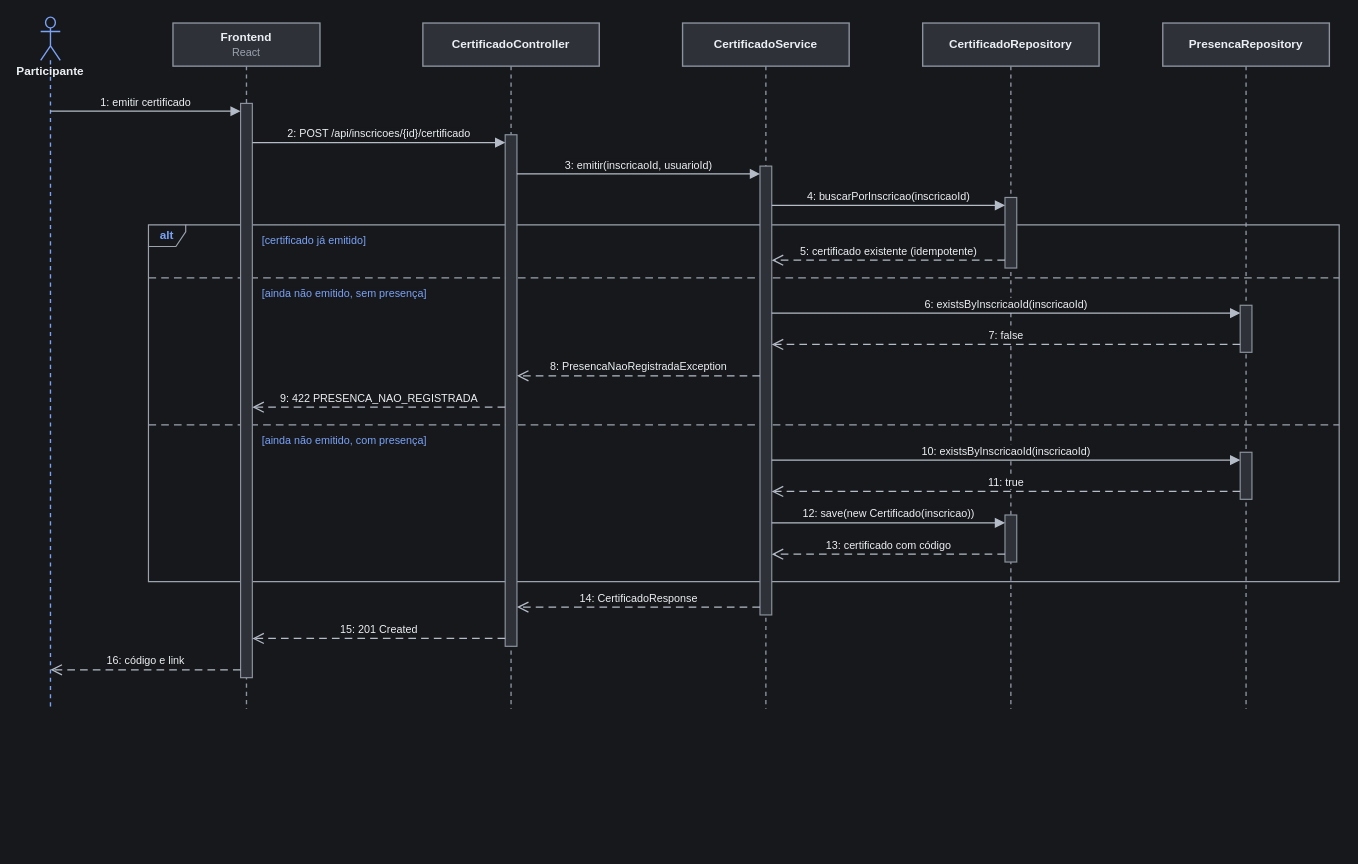
This is page "A.6a Sequência — Emissão do certificado" (9 of 11) of docs/diagramas/v1-grafite/diagramas-v1-grafite.drawio from Jayzmatos22/GerenciadorDeEventos, a draw.io file, before an edit. Source tidied: cells renumbered, new cells numbered last; positions are measured from the earlier drawing's top-left corner, leaving out a move shared by most shapes. Both pictures are drawn from the tidied source at 98%, with x=0, y=0 at pixel (40, 17).
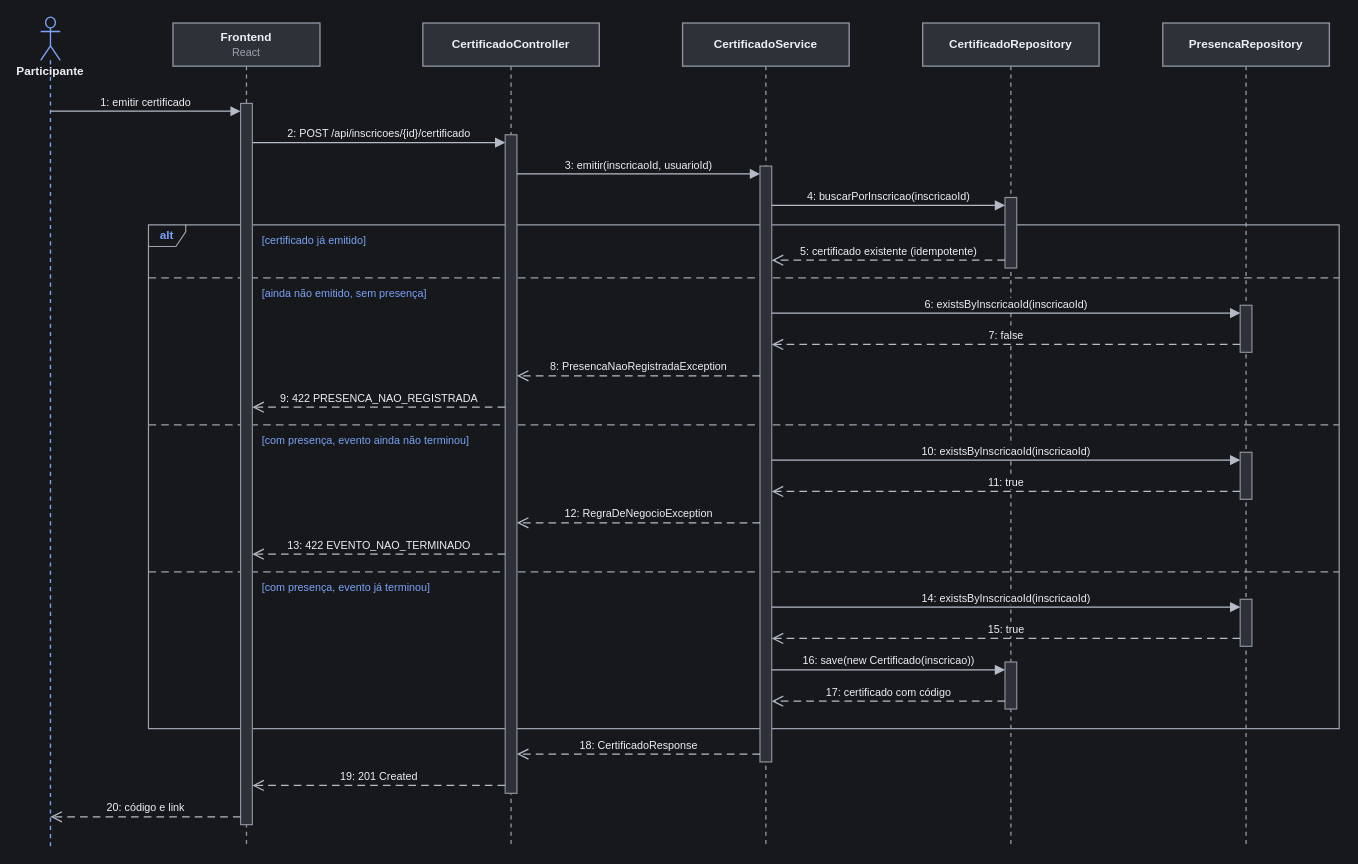
The same page after the edit.

Change to the diagram source:
```diff
@@
     <mxCell id="2" value="Participante" style="html=1;whiteSpace=wrap;fontFamily=Helvetica;fontSize=12;fontColor=#eceff4;strokeWidth=1.4;shape=umlLifeline;participant=umlActor;perimeter=lifelinePerimeter;verticalAlign=top;spacingTop=42;size=44;fillColor=none;strokeColor=#7aa2f7;fontStyle=1;" parent="1" vertex="1">
-      <mxGeometry width="20" height="706" as="geometry" />
+      <mxGeometry width="20" height="846" as="geometry" />
     </mxCell>
     <mxCell id="3" value="&lt;b&gt;Frontend&lt;/b&gt;&lt;br&gt;&lt;span style=&quot;font-size:11px;color:#9aa3ae&quot;&gt;React&lt;/span&gt;" style="html=1;whiteSpace=wrap;fontFamily=Helvetica;fontSize=12;fontColor=#eceff4;strokeWidth=1.4;shape=umlLifeline;perimeter=lifelinePerimeter;size=44;fillColor=#2e3138;strokeColor=#8b939e;" parent="1" vertex="1">
-      <mxGeometry x="135" y="6" width="150" height="700" as="geometry" />
+      <mxGeometry x="135" y="6" width="150" height="840" as="geometry" />
     </mxCell>
     <mxCell id="4" value="&lt;b&gt;CertificadoController&lt;/b&gt;" style="html=1;whiteSpace=wrap;fontFamily=Helvetica;fontSize=12;fontColor=#eceff4;strokeWidth=1.4;shape=umlLifeline;perimeter=lifelinePerimeter;size=44;fillColor=#2e3138;strokeColor=#8b939e;" parent="1" vertex="1">
-      <mxGeometry x="390" y="6" width="180" height="700" as="geometry" />
+      <mxGeometry x="390" y="6" width="180" height="840" as="geometry" />
     </mxCell>
     <mxCell id="5" value="&lt;b&gt;CertificadoService&lt;/b&gt;" style="html=1;whiteSpace=wrap;fontFamily=Helvetica;fontSize=12;fontColor=#eceff4;strokeWidth=1.4;shape=umlLifeline;perimeter=lifelinePerimeter;size=44;fillColor=#2e3138;strokeColor=#8b939e;" parent="1" vertex="1">
-      <mxGeometry x="655" y="6" width="170" height="700" as="geometry" />
+      <mxGeometry x="655" y="6" width="170" height="840" as="geometry" />
     </mxCell>
     <mxCell id="6" value="&lt;b&gt;CertificadoRepository&lt;/b&gt;" style="html=1;whiteSpace=wrap;fontFamily=Helvetica;fontSize=12;fontColor=#eceff4;strokeWidth=1.4;shape=umlLifeline;perimeter=lifelinePerimeter;size=44;fillColor=#2e3138;strokeColor=#8b939e;" parent="1" vertex="1">
-      <mxGeometry x="900" y="6" width="180" height="700" as="geometry" />
+      <mxGeometry x="900" y="6" width="180" height="840" as="geometry" />
     </mxCell>
     <mxCell id="7" value="&lt;b&gt;PresencaRepository&lt;/b&gt;" style="html=1;whiteSpace=wrap;fontFamily=Helvetica;fontSize=12;fontColor=#eceff4;strokeWidth=1.4;shape=umlLifeline;perimeter=lifelinePerimeter;size=44;fillColor=#2e3138;strokeColor=#8b939e;" parent="1" vertex="1">
-      <mxGeometry x="1145" y="6" width="170" height="700" as="geometry" />
+      <mxGeometry x="1145" y="6" width="170" height="840" as="geometry" />
     </mxCell>
     <mxCell id="8" value="alt" style="html=1;whiteSpace=wrap;fontFamily=Helvetica;fontSize=12;fontColor=#eceff4;strokeWidth=1.4;shape=umlFrame;width=38;height=22;fillColor=none;swimlaneFillColor=none;strokeColor=#9aa3ae;fontColor=#7aa2f7;fontStyle=1;strokeWidth=1.2;" parent="1" vertex="1">
-      <mxGeometry x="110" y="212" width="1215" height="364" as="geometry" />
+      <mxGeometry x="110" y="212" width="1215" height="514" as="geometry" />
     </mxCell>
-    <mxCell id="9" style="edgeStyle=none;rounded=0;html=1;fontFamily=Helvetica;fontSize=11;strokeColor=#9aa3ae;fontColor=#eceff4;strokeWidth=1.3;labelBackgroundColor=#17181b;endArrow=none;dashed=1;dashPattern=6 4;" parent="1" edge="1">
-      <mxGeometry relative="1" as="geometry">
-        <mxPoint x="110" y="266" as="sourcePoint" />
-        <mxPoint x="1325" y="266" as="targetPoint" />
-      </mxGeometry>
-    </mxCell>
     <mxCell id="10" style="edgeStyle=none;rounded=0;html=1;fontFamily=Helvetica;fontSize=11;strokeColor=#9aa3ae;fontColor=#eceff4;strokeWidth=1.3;labelBackgroundColor=#17181b;endArrow=none;dashed=1;dashPattern=6 4;" parent="1" edge="1">
       <mxGeometry relative="1" as="geometry">
-        <mxPoint x="110" y="416" as="sourcePoint" />
-        <mxPoint x="1325" y="416" as="targetPoint" />
+        <mxPoint x="110" y="266" as="sourcePoint" />
+        <mxPoint x="1325" y="266" as="targetPoint" />
       </mxGeometry>
     </mxCell>
+    <mxCell id="25" style="edgeStyle=none;rounded=0;html=1;fontFamily=Helvetica;fontSize=11;strokeColor=#9aa3ae;fontColor=#eceff4;strokeWidth=1.3;labelBackgroundColor=#17181b;endArrow=none;dashed=1;dashPattern=6 4;" parent="1" edge="1">
+      <mxGeometry relative="1" as="geometry">
+        <mxPoint x="110" y="416" as="sourcePoint" />
+        <mxPoint x="1325" y="416" as="targetPoint" />
+      </mxGeometry>
+    </mxCell>
+    <mxCell id="26" style="edgeStyle=none;rounded=0;html=1;fontFamily=Helvetica;fontSize=11;strokeColor=#9aa3ae;fontColor=#eceff4;strokeWidth=1.3;labelBackgroundColor=#17181b;endArrow=none;dashed=1;dashPattern=6 4;" parent="1" edge="1">
+      <mxGeometry relative="1" as="geometry">
+        <mxPoint x="110" y="566" as="sourcePoint" />
+        <mxPoint x="1325" y="566" as="targetPoint" />
+      </mxGeometry>
+    </mxCell>
     <mxCell id="11" style="html=1;whiteSpace=wrap;fontFamily=Helvetica;fontSize=12;fontColor=#eceff4;strokeWidth=1.4;perimeter=orthogonalPerimeter;targetShapes=umlLifeline;fillColor=#2e3138;strokeColor=#8b939e;strokeWidth=1.2;" parent="1" vertex="1">
-      <mxGeometry x="204" y="88" width="12" height="586" as="geometry" />
+      <mxGeometry x="204" y="88" width="12" height="736" as="geometry" />
     </mxCell>
     <mxCell id="12" style="html=1;whiteSpace=wrap;fontFamily=Helvetica;fontSize=12;fontColor=#eceff4;strokeWidth=1.4;perimeter=orthogonalPerimeter;targetShapes=umlLifeline;fillColor=#2e3138;strokeColor=#8b939e;strokeWidth=1.2;" parent="1" vertex="1">
-      <mxGeometry x="474" y="120" width="12" height="522" as="geometry" />
+      <mxGeometry x="474" y="120" width="12" height="672" as="geometry" />
     </mxCell>
     <mxCell id="13" style="html=1;whiteSpace=wrap;fontFamily=Helvetica;fontSize=12;fontColor=#eceff4;strokeWidth=1.4;perimeter=orthogonalPerimeter;targetShapes=umlLifeline;fillColor=#2e3138;strokeColor=#8b939e;strokeWidth=1.2;" parent="1" vertex="1">
-      <mxGeometry x="734" y="152" width="12" height="458" as="geometry" />
+      <mxGeometry x="734" y="152" width="12" height="608" as="geometry" />
     </mxCell>
@@
     <mxCell id="15" style="html=1;whiteSpace=wrap;fontFamily=Helvetica;fontSize=12;fontColor=#eceff4;strokeWidth=1.4;perimeter=orthogonalPerimeter;targetShapes=umlLifeline;fillColor=#2e3138;strokeColor=#8b939e;strokeWidth=1.2;" parent="1" vertex="1">
-      <mxGeometry x="984" y="508" width="12" height="48" as="geometry" />
+      <mxGeometry x="984" y="658" width="12" height="48" as="geometry" />
     </mxCell>
@@
+    <mxCell id="37" style="html=1;whiteSpace=wrap;fontFamily=Helvetica;fontSize=12;fontColor=#eceff4;strokeWidth=1.4;perimeter=orthogonalPerimeter;targetShapes=umlLifeline;fillColor=#2e3138;strokeColor=#8b939e;strokeWidth=1.2;" parent="1" vertex="1">
+      <mxGeometry x="1224" y="594" width="12" height="48" as="geometry" />
+    </mxCell>
@@
-    <mxCell id="24" value="[ainda não emitido, com presença]" style="html=1;whiteSpace=wrap;fontFamily=Helvetica;fontSize=12;fontColor=#eceff4;strokeWidth=1.4;text;strokeColor=none;fillColor=none;align=left;verticalAlign=top;fontColor=#7aa2f7;fontSize=11;labelBackgroundColor=#17181b;" parent="1" vertex="1">
-      <mxGeometry x="224" y="419" width="192" height="18" as="geometry" />
+    <mxCell id="24" value="[com presença, evento ainda não terminou]" style="html=1;whiteSpace=wrap;fontFamily=Helvetica;fontSize=12;fontColor=#eceff4;strokeWidth=1.4;text;strokeColor=none;fillColor=none;align=left;verticalAlign=top;fontColor=#7aa2f7;fontSize=11;labelBackgroundColor=#17181b;" parent="1" vertex="1">
+      <mxGeometry x="224" y="419" width="241" height="18" as="geometry" />
     </mxCell>
-    <mxCell id="25" value="5: certificado existente (idempotente)" style="edgeStyle=none;rounded=0;html=1;fontFamily=Helvetica;fontSize=11;strokeColor=#b4bcc8;fontColor=#eceff4;strokeWidth=1.3;labelBackgroundColor=#17181b;endArrow=open;endFill=0;endSize=9;dashed=1;dashPattern=6 4;verticalAlign=bottom;" parent="1" edge="1">
-      <mxGeometry relative="1" as="geometry">
-        <mxPoint x="984" y="248" as="sourcePoint" />
-        <mxPoint x="746" y="248" as="targetPoint" />
-      </mxGeometry>
-    </mxCell>
-    <mxCell id="26" value="6: existsByInscricaoId(inscricaoId)" style="edgeStyle=none;rounded=0;html=1;fontFamily=Helvetica;fontSize=11;strokeColor=#b4bcc8;fontColor=#eceff4;strokeWidth=1.3;labelBackgroundColor=#17181b;endArrow=block;endFill=1;endSize=7;verticalAlign=bottom;" parent="1" edge="1">
-      <mxGeometry relative="1" as="geometry">
-        <mxPoint x="746" y="302" as="sourcePoint" />
-        <mxPoint x="1224" y="302" as="targetPoint" />
-      </mxGeometry>
-    </mxCell>
+    <mxCell id="38" value="[com presença, evento já terminou]" style="html=1;whiteSpace=wrap;fontFamily=Helvetica;fontSize=12;fontColor=#eceff4;strokeWidth=1.4;text;strokeColor=none;fillColor=none;align=left;verticalAlign=top;fontColor=#7aa2f7;fontSize=11;labelBackgroundColor=#17181b;" parent="1" vertex="1">
+      <mxGeometry x="224" y="569" width="201" height="18" as="geometry" />
+    </mxCell>
-    <mxCell id="27" value="7: false" style="edgeStyle=none;rounded=0;html=1;fontFamily=Helvetica;fontSize=11;strokeColor=#b4bcc8;fontColor=#eceff4;strokeWidth=1.3;labelBackgroundColor=#17181b;endArrow=open;endFill=0;endSize=9;dashed=1;dashPattern=6 4;verticalAlign=bottom;" parent="1" edge="1">
+    <mxCell id="27" value="5: certificado existente (idempotente)" style="edgeStyle=none;rounded=0;html=1;fontFamily=Helvetica;fontSize=11;strokeColor=#b4bcc8;fontColor=#eceff4;strokeWidth=1.3;labelBackgroundColor=#17181b;endArrow=open;endFill=0;endSize=9;dashed=1;dashPattern=6 4;verticalAlign=bottom;" parent="1" edge="1">
       <mxGeometry relative="1" as="geometry">
-        <mxPoint x="1224" y="334" as="sourcePoint" />
-        <mxPoint x="746" y="334" as="targetPoint" />
+        <mxPoint x="984" y="248" as="sourcePoint" />
+        <mxPoint x="746" y="248" as="targetPoint" />
       </mxGeometry>
     </mxCell>
-    <mxCell id="28" value="8: PresencaNaoRegistradaException" style="edgeStyle=none;rounded=0;html=1;fontFamily=Helvetica;fontSize=11;strokeColor=#b4bcc8;fontColor=#eceff4;strokeWidth=1.3;labelBackgroundColor=#17181b;endArrow=open;endFill=0;endSize=9;dashed=1;dashPattern=6 4;verticalAlign=bottom;" parent="1" edge="1">
+    <mxCell id="28" value="6: existsByInscricaoId(inscricaoId)" style="edgeStyle=none;rounded=0;html=1;fontFamily=Helvetica;fontSize=11;strokeColor=#b4bcc8;fontColor=#eceff4;strokeWidth=1.3;labelBackgroundColor=#17181b;endArrow=block;endFill=1;endSize=7;verticalAlign=bottom;" parent="1" edge="1">
       <mxGeometry relative="1" as="geometry">
-        <mxPoint x="734" y="366" as="sourcePoint" />
-        <mxPoint x="486" y="366" as="targetPoint" />
+        <mxPoint x="746" y="302" as="sourcePoint" />
+        <mxPoint x="1224" y="302" as="targetPoint" />
       </mxGeometry>
     </mxCell>
-    <mxCell id="29" value="9: 422 PRESENCA_NAO_REGISTRADA" style="edgeStyle=none;rounded=0;html=1;fontFamily=Helvetica;fontSize=11;strokeColor=#b4bcc8;fontColor=#eceff4;strokeWidth=1.3;labelBackgroundColor=#17181b;endArrow=open;endFill=0;endSize=9;dashed=1;dashPattern=6 4;verticalAlign=bottom;" parent="1" edge="1">
+    <mxCell id="29" value="7: false" style="edgeStyle=none;rounded=0;html=1;fontFamily=Helvetica;fontSize=11;strokeColor=#b4bcc8;fontColor=#eceff4;strokeWidth=1.3;labelBackgroundColor=#17181b;endArrow=open;endFill=0;endSize=9;dashed=1;dashPattern=6 4;verticalAlign=bottom;" parent="1" edge="1">
       <mxGeometry relative="1" as="geometry">
-        <mxPoint x="474" y="398" as="sourcePoint" />
-        <mxPoint x="216" y="398" as="targetPoint" />
+        <mxPoint x="1224" y="334" as="sourcePoint" />
+        <mxPoint x="746" y="334" as="targetPoint" />
       </mxGeometry>
     </mxCell>
-    <mxCell id="30" value="10: existsByInscricaoId(inscricaoId)" style="edgeStyle=none;rounded=0;html=1;fontFamily=Helvetica;fontSize=11;strokeColor=#b4bcc8;fontColor=#eceff4;strokeWidth=1.3;labelBackgroundColor=#17181b;endArrow=block;endFill=1;endSize=7;verticalAlign=bottom;" parent="1" edge="1">
+    <mxCell id="30" value="8: PresencaNaoRegistradaException" style="edgeStyle=none;rounded=0;html=1;fontFamily=Helvetica;fontSize=11;strokeColor=#b4bcc8;fontColor=#eceff4;strokeWidth=1.3;labelBackgroundColor=#17181b;endArrow=open;endFill=0;endSize=9;dashed=1;dashPattern=6 4;verticalAlign=bottom;" parent="1" edge="1">
       <mxGeometry relative="1" as="geometry">
-        <mxPoint x="746" y="452" as="sourcePoint" />
-        <mxPoint x="1224" y="452" as="targetPoint" />
+        <mxPoint x="734" y="366" as="sourcePoint" />
+        <mxPoint x="486" y="366" as="targetPoint" />
       </mxGeometry>
     </mxCell>
-    <mxCell id="31" value="11: true" style="edgeStyle=none;rounded=0;html=1;fontFamily=Helvetica;fontSize=11;strokeColor=#b4bcc8;fontColor=#eceff4;strokeWidth=1.3;labelBackgroundColor=#17181b;endArrow=open;endFill=0;endSize=9;dashed=1;dashPattern=6 4;verticalAlign=bottom;" parent="1" edge="1">
+    <mxCell id="31" value="9: 422 PRESENCA_NAO_REGISTRADA" style="edgeStyle=none;rounded=0;html=1;fontFamily=Helvetica;fontSize=11;strokeColor=#b4bcc8;fontColor=#eceff4;strokeWidth=1.3;labelBackgroundColor=#17181b;endArrow=open;endFill=0;endSize=9;dashed=1;dashPattern=6 4;verticalAlign=bottom;" parent="1" edge="1">
       <mxGeometry relative="1" as="geometry">
-        <mxPoint x="1224" y="484" as="sourcePoint" />
-        <mxPoint x="746" y="484" as="targetPoint" />
+        <mxPoint x="474" y="398" as="sourcePoint" />
+        <mxPoint x="216" y="398" as="targetPoint" />
       </mxGeometry>
     </mxCell>
-    <mxCell id="32" value="12: save(new Certificado(inscricao))" style="edgeStyle=none;rounded=0;html=1;fontFamily=Helvetica;fontSize=11;strokeColor=#b4bcc8;fontColor=#eceff4;strokeWidth=1.3;labelBackgroundColor=#17181b;endArrow=block;endFill=1;endSize=7;verticalAlign=bottom;" parent="1" edge="1">
+    <mxCell id="32" value="10: existsByInscricaoId(inscricaoId)" style="edgeStyle=none;rounded=0;html=1;fontFamily=Helvetica;fontSize=11;strokeColor=#b4bcc8;fontColor=#eceff4;strokeWidth=1.3;labelBackgroundColor=#17181b;endArrow=block;endFill=1;endSize=7;verticalAlign=bottom;" parent="1" edge="1">
       <mxGeometry relative="1" as="geometry">
-        <mxPoint x="746" y="516" as="sourcePoint" />
-        <mxPoint x="984" y="516" as="targetPoint" />
+        <mxPoint x="746" y="452" as="sourcePoint" />
+        <mxPoint x="1224" y="452" as="targetPoint" />
       </mxGeometry>
     </mxCell>
-    <mxCell id="33" value="13: certificado com código" style="edgeStyle=none;rounded=0;html=1;fontFamily=Helvetica;fontSize=11;strokeColor=#b4bcc8;fontColor=#eceff4;strokeWidth=1.3;labelBackgroundColor=#17181b;endArrow=open;endFill=0;endSize=9;dashed=1;dashPattern=6 4;verticalAlign=bottom;" parent="1" edge="1">
+    <mxCell id="33" value="11: true" style="edgeStyle=none;rounded=0;html=1;fontFamily=Helvetica;fontSize=11;strokeColor=#b4bcc8;fontColor=#eceff4;strokeWidth=1.3;labelBackgroundColor=#17181b;endArrow=open;endFill=0;endSize=9;dashed=1;dashPattern=6 4;verticalAlign=bottom;" parent="1" edge="1">
       <mxGeometry relative="1" as="geometry">
-        <mxPoint x="984" y="548" as="sourcePoint" />
-        <mxPoint x="746" y="548" as="targetPoint" />
+        <mxPoint x="1224" y="484" as="sourcePoint" />
+        <mxPoint x="746" y="484" as="targetPoint" />
       </mxGeometry>
     </mxCell>
-    <mxCell id="34" value="14: CertificadoResponse" style="edgeStyle=none;rounded=0;html=1;fontFamily=Helvetica;fontSize=11;strokeColor=#b4bcc8;fontColor=#eceff4;strokeWidth=1.3;labelBackgroundColor=#17181b;endArrow=open;endFill=0;endSize=9;dashed=1;dashPattern=6 4;verticalAlign=bottom;" parent="1" edge="1">
+    <mxCell id="34" value="12: RegraDeNegocioException" style="edgeStyle=none;rounded=0;html=1;fontFamily=Helvetica;fontSize=11;strokeColor=#b4bcc8;fontColor=#eceff4;strokeWidth=1.3;labelBackgroundColor=#17181b;endArrow=open;endFill=0;endSize=9;dashed=1;dashPattern=6 4;verticalAlign=bottom;" parent="1" edge="1">
       <mxGeometry relative="1" as="geometry">
-        <mxPoint x="734" y="602" as="sourcePoint" />
-        <mxPoint x="486" y="602" as="targetPoint" />
+        <mxPoint x="734" y="516" as="sourcePoint" />
+        <mxPoint x="486" y="516" as="targetPoint" />
       </mxGeometry>
     </mxCell>
-    <mxCell id="35" value="15: 201 Created" style="edgeStyle=none;rounded=0;html=1;fontFamily=Helvetica;fontSize=11;strokeColor=#b4bcc8;fontColor=#eceff4;strokeWidth=1.3;labelBackgroundColor=#17181b;endArrow=open;endFill=0;endSize=9;dashed=1;dashPattern=6 4;verticalAlign=bottom;" parent="1" edge="1">
+    <mxCell id="35" value="13: 422 EVENTO_NAO_TERMINADO" style="edgeStyle=none;rounded=0;html=1;fontFamily=Helvetica;fontSize=11;strokeColor=#b4bcc8;fontColor=#eceff4;strokeWidth=1.3;labelBackgroundColor=#17181b;endArrow=open;endFill=0;endSize=9;dashed=1;dashPattern=6 4;verticalAlign=bottom;" parent="1" edge="1">
       <mxGeometry relative="1" as="geometry">
-        <mxPoint x="474" y="634" as="sourcePoint" />
-        <mxPoint x="216" y="634" as="targetPoint" />
+        <mxPoint x="474" y="548" as="sourcePoint" />
+        <mxPoint x="216" y="548" as="targetPoint" />
       </mxGeometry>
     </mxCell>
-    <mxCell id="36" value="16: código e link" style="edgeStyle=none;rounded=0;html=1;fontFamily=Helvetica;fontSize=11;strokeColor=#b4bcc8;fontColor=#eceff4;strokeWidth=1.3;labelBackgroundColor=#17181b;endArrow=open;endFill=0;endSize=9;dashed=1;dashPattern=6 4;verticalAlign=bottom;" parent="1" edge="1">
+    <mxCell id="36" value="14: existsByInscricaoId(inscricaoId)" style="edgeStyle=none;rounded=0;html=1;fontFamily=Helvetica;fontSize=11;strokeColor=#b4bcc8;fontColor=#eceff4;strokeWidth=1.3;labelBackgroundColor=#17181b;endArrow=block;endFill=1;endSize=7;verticalAlign=bottom;" parent="1" edge="1">
       <mxGeometry relative="1" as="geometry">
-        <mxPoint x="204" y="666" as="sourcePoint" />
-        <mxPoint x="10" y="666" as="targetPoint" />
+        <mxPoint x="746" y="602" as="sourcePoint" />
+        <mxPoint x="1224" y="602" as="targetPoint" />
       </mxGeometry>
     </mxCell>
+    <mxCell id="39" value="15: true" style="edgeStyle=none;rounded=0;html=1;fontFamily=Helvetica;fontSize=11;strokeColor=#b4bcc8;fontColor=#eceff4;strokeWidth=1.3;labelBackgroundColor=#17181b;endArrow=open;endFill=0;endSize=9;dashed=1;dashPattern=6 4;verticalAlign=bottom;" parent="1" edge="1">
+      <mxGeometry relative="1" as="geometry">
+        <mxPoint x="1224" y="634" as="sourcePoint" />
+        <mxPoint x="746" y="634" as="targetPoint" />
+      </mxGeometry>
+    </mxCell>
+    <mxCell id="40" value="16: save(new Certificado(inscricao))" style="edgeStyle=none;rounded=0;html=1;fontFamily=Helvetica;fontSize=11;strokeColor=#b4bcc8;fontColor=#eceff4;strokeWidth=1.3;labelBackgroundColor=#17181b;endArrow=block;endFill=1;endSize=7;verticalAlign=bottom;" parent="1" edge="1">
+      <mxGeometry relative="1" as="geometry">
+        <mxPoint x="746" y="666" as="sourcePoint" />
+        <mxPoint x="984" y="666" as="targetPoint" />
+      </mxGeometry>
+    </mxCell>
+    <mxCell id="41" value="17: certificado com código" style="edgeStyle=none;rounded=0;html=1;fontFamily=Helvetica;fontSize=11;strokeColor=#b4bcc8;fontColor=#eceff4;strokeWidth=1.3;labelBackgroundColor=#17181b;endArrow=open;endFill=0;endSize=9;dashed=1;dashPattern=6 4;verticalAlign=bottom;" parent="1" edge="1">
+      <mxGeometry relative="1" as="geometry">
+        <mxPoint x="984" y="698" as="sourcePoint" />
+        <mxPoint x="746" y="698" as="targetPoint" />
+      </mxGeometry>
+    </mxCell>
+    <mxCell id="42" value="18: CertificadoResponse" style="edgeStyle=none;rounded=0;html=1;fontFamily=Helvetica;fontSize=11;strokeColor=#b4bcc8;fontColor=#eceff4;strokeWidth=1.3;labelBackgroundColor=#17181b;endArrow=open;endFill=0;endSize=9;dashed=1;dashPattern=6 4;verticalAlign=bottom;" parent="1" edge="1">
+      <mxGeometry relative="1" as="geometry">
+        <mxPoint x="734" y="752" as="sourcePoint" />
+        <mxPoint x="486" y="752" as="targetPoint" />
+      </mxGeometry>
+    </mxCell>
+    <mxCell id="43" value="19: 201 Created" style="edgeStyle=none;rounded=0;html=1;fontFamily=Helvetica;fontSize=11;strokeColor=#b4bcc8;fontColor=#eceff4;strokeWidth=1.3;labelBackgroundColor=#17181b;endArrow=open;endFill=0;endSize=9;dashed=1;dashPattern=6 4;verticalAlign=bottom;" parent="1" edge="1">
+      <mxGeometry relative="1" as="geometry">
+        <mxPoint x="474" y="784" as="sourcePoint" />
+        <mxPoint x="216" y="784" as="targetPoint" />
+      </mxGeometry>
+    </mxCell>
+    <mxCell id="44" value="20: código e link" style="edgeStyle=none;rounded=0;html=1;fontFamily=Helvetica;fontSize=11;strokeColor=#b4bcc8;fontColor=#eceff4;strokeWidth=1.3;labelBackgroundColor=#17181b;endArrow=open;endFill=0;endSize=9;dashed=1;dashPattern=6 4;verticalAlign=bottom;" parent="1" edge="1">
+      <mxGeometry relative="1" as="geometry">
+        <mxPoint x="204" y="816" as="sourcePoint" />
+        <mxPoint x="10" y="816" as="targetPoint" />
+      </mxGeometry>
+    </mxCell>
```
